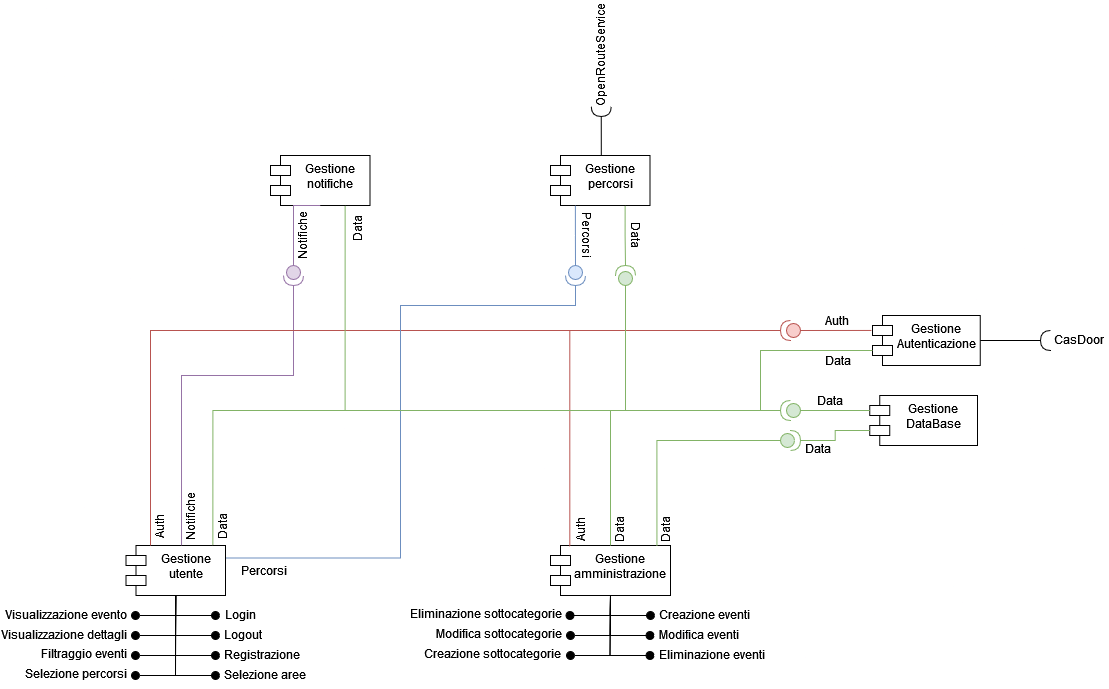
This is Deliverable-2/Images/ComponentDiagram.png from ELI20ZIVI/BeeLive, a draw.io export, as it was before one commit. Source tidied: cells renumbered, new cells last; positions are measured from the earlier drawing's top-left corner, leaving out a move shared by most shapes.
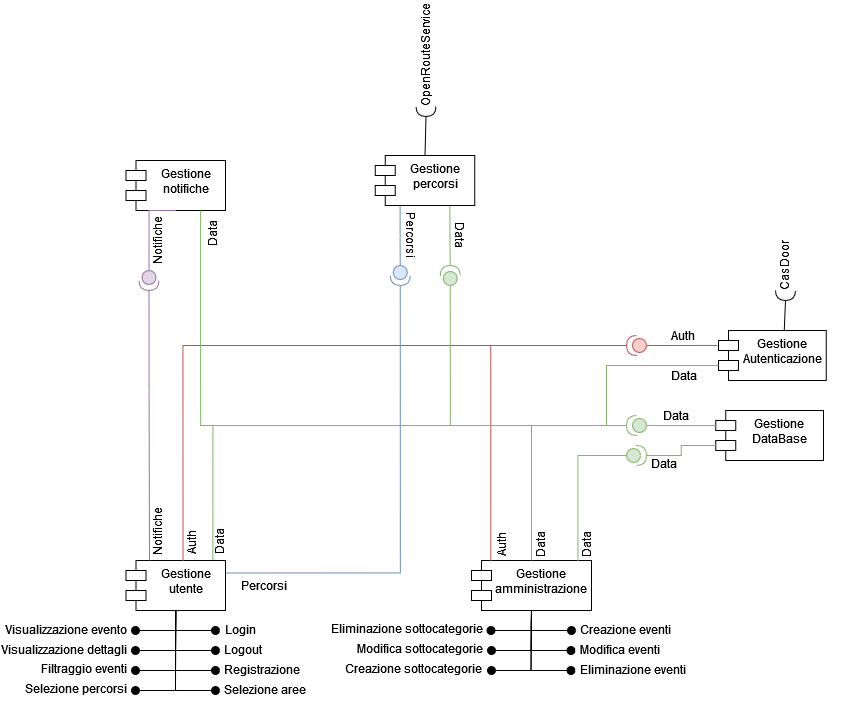
After the change.

The edit, as a diff of the source:
```diff
@@ -40,22 +40,19 @@
       </mxGeometry>
     </mxCell>
     <mxCell id="9" value="Gestione Autenticazione" style="shape=module;align=left;spacingLeft=20;align=center;verticalAlign=top;whiteSpace=wrap;html=1;" parent="1" vertex="1">
-      <mxGeometry x="872" y="275" width="107.8" height="50" as="geometry" />
+      <mxGeometry x="718" y="275" width="107.8" height="50" as="geometry" />
     </mxCell>
-    <mxCell id="10" style="ellipse;whiteSpace=wrap;html=1;align=center;fillColor=none;strokeColor=none;perimeter=centerPerimeter;" parent="1" vertex="1">
-      <mxGeometry x="991.8" y="295" width="10" height="10" as="geometry" />
-    </mxCell>
     <mxCell id="11" style="shape=providedRequiredInterface;html=1;verticalLabelPosition=bottom;sketch=0;rotation=-180;fillColor=#f8cecc;strokeColor=#b85450;" parent="1" vertex="1">
-      <mxGeometry x="780" y="280" width="20" height="20" as="geometry" />
+      <mxGeometry x="626" y="280" width="20" height="20" as="geometry" />
     </mxCell>
     <mxCell id="12" value="Auth" style="text;html=1;align=center;verticalAlign=middle;whiteSpace=wrap;rounded=0;rotation=-90;" parent="1" vertex="1">
-      <mxGeometry x="129" y="471" width="60" height="30" as="geometry" />
+      <mxGeometry x="161" y="472" width="60" height="30" as="geometry" />
     </mxCell>
     <mxCell id="13" value="Gestione &lt;br&gt;&lt;div&gt;DataBase&lt;/div&gt;" style="shape=module;align=left;spacingLeft=20;align=center;verticalAlign=top;whiteSpace=wrap;html=1;" parent="1" vertex="1">
-      <mxGeometry x="869.2" y="355" width="107.8" height="50" as="geometry" />
+      <mxGeometry x="715.2" y="355" width="107.8" height="50" as="geometry" />
     </mxCell>
     <mxCell id="14" value="Data" style="text;html=1;align=center;verticalAlign=middle;whiteSpace=wrap;rounded=0;" parent="1" vertex="1">
-      <mxGeometry x="808" y="305" width="60" height="30" as="geometry" />
+      <mxGeometry x="654" y="305" width="60" height="30" as="geometry" />
     </mxCell>
     <mxCell id="15" style="html=1;verticalAlign=bottom;startArrow=oval;startFill=1;endArrow=none;startSize=8;curved=0;rounded=0;endFill=0;entryX=0.5;entryY=1;entryDx=0;entryDy=0;" parent="1" edge="1">
       <mxGeometry relative="1" as="geometry">
@@ -115,134 +112,135 @@
       <mxGeometry x="223" y="619" width="84" height="30" as="geometry" />
     </mxCell>
     <mxCell id="25" value="Gestione amministrazione" style="shape=module;align=left;spacingLeft=20;align=center;verticalAlign=top;whiteSpace=wrap;html=1;" parent="1" vertex="1">
-      <mxGeometry x="550" y="505" width="120" height="50" as="geometry" />
+      <mxGeometry x="471" y="505" width="120" height="50" as="geometry" />
     </mxCell>
     <mxCell id="26" style="ellipse;whiteSpace=wrap;html=1;align=center;fillColor=none;strokeColor=none;perimeter=centerPerimeter;" parent="1" vertex="1">
-      <mxGeometry x="988.8" y="375" width="10" height="10" as="geometry" />
+      <mxGeometry x="834.8" y="375" width="10" height="10" as="geometry" />
     </mxCell>
     <mxCell id="27" value="&lt;div&gt;Data&lt;/div&gt;" style="text;html=1;align=center;verticalAlign=middle;whiteSpace=wrap;rounded=0;" parent="1" vertex="1">
-      <mxGeometry x="788" y="393" width="60" height="30" as="geometry" />
+      <mxGeometry x="634" y="393" width="60" height="30" as="geometry" />
     </mxCell>
     <mxCell id="28" value="Gestione notifiche" style="shape=module;align=left;spacingLeft=20;align=center;verticalAlign=top;whiteSpace=wrap;html=1;" parent="1" vertex="1">
-      <mxGeometry x="270" y="115" width="99.5" height="50" as="geometry" />
+      <mxGeometry x="125.5" y="105" width="99.5" height="50" as="geometry" />
     </mxCell>
     <mxCell id="29" style="html=1;verticalAlign=bottom;startArrow=oval;startFill=1;endArrow=none;startSize=8;curved=0;rounded=0;endFill=0;entryX=0.5;entryY=1;entryDx=0;entryDy=0;" parent="1" edge="1" target="25">
       <mxGeometry relative="1" as="geometry">
-        <mxPoint x="650" y="575" as="sourcePoint" />
+        <mxPoint x="571" y="575" as="sourcePoint" />
         <Array as="points">
-          <mxPoint x="610" y="575" />
+          <mxPoint x="531" y="575" />
         </Array>
       </mxGeometry>
     </mxCell>
     <mxCell id="30" value="Creazione eventi" style="text;html=1;align=center;verticalAlign=middle;whiteSpace=wrap;rounded=0;" parent="1" vertex="1">
-      <mxGeometry x="658" y="559" width="93" height="30" as="geometry" />
+      <mxGeometry x="579" y="559" width="93" height="30" as="geometry" />
     </mxCell>
     <mxCell id="31" style="html=1;verticalAlign=bottom;startArrow=oval;startFill=1;endArrow=none;startSize=8;curved=0;rounded=0;endFill=0;entryX=0.5;entryY=1;entryDx=0;entryDy=0;" parent="1" edge="1" target="25">
       <mxGeometry relative="1" as="geometry">
-        <mxPoint x="649.5" y="595" as="sourcePoint" />
+        <mxPoint x="570.5" y="595" as="sourcePoint" />
         <Array as="points">
-          <mxPoint x="609.5" y="595" />
+          <mxPoint x="530.5" y="595" />
         </Array>
       </mxGeometry>
     </mxCell>
     <mxCell id="32" value="Modifica eventi" style="text;html=1;align=center;verticalAlign=middle;whiteSpace=wrap;rounded=0;" parent="1" vertex="1">
-      <mxGeometry x="658" y="579" width="82" height="30" as="geometry" />
+      <mxGeometry x="579" y="579" width="82" height="30" as="geometry" />
     </mxCell>
     <mxCell id="33" style="html=1;verticalAlign=bottom;startArrow=oval;startFill=1;endArrow=none;startSize=8;curved=0;rounded=0;endFill=0;" parent="1" edge="1">
       <mxGeometry relative="1" as="geometry">
-        <mxPoint x="649.5" y="615" as="sourcePoint" />
-        <mxPoint x="610" y="555" as="targetPoint" />
+        <mxPoint x="570.5" y="615" as="sourcePoint" />
+        <mxPoint x="531" y="555" as="targetPoint" />
         <Array as="points">
-          <mxPoint x="609.5" y="615" />
+          <mxPoint x="530.5" y="615" />
         </Array>
       </mxGeometry>
     </mxCell>
     <mxCell id="34" value="Eliminazione eventi" style="text;html=1;align=center;verticalAlign=middle;whiteSpace=wrap;rounded=0;" parent="1" vertex="1">
-      <mxGeometry x="658" y="599" width="108" height="30" as="geometry" />
+      <mxGeometry x="579" y="599" width="108" height="30" as="geometry" />
     </mxCell>
     <mxCell id="35" style="html=1;verticalAlign=bottom;startArrow=oval;startFill=1;endArrow=none;startSize=8;curved=0;rounded=0;endFill=0;entryX=0.5;entryY=1;entryDx=0;entryDy=0;" parent="1" edge="1" target="25">
       <mxGeometry relative="1" as="geometry">
-        <mxPoint x="570" y="615" as="sourcePoint" />
+        <mxPoint x="491" y="615" as="sourcePoint" />
         <Array as="points">
-          <mxPoint x="609.5" y="615" />
+          <mxPoint x="530.5" y="615" />
         </Array>
       </mxGeometry>
     </mxCell>
     <mxCell id="36" value="Creazione sottocategorie" style="text;html=1;align=center;verticalAlign=middle;whiteSpace=wrap;rounded=0;" parent="1" vertex="1">
-      <mxGeometry x="423" y="598" width="139" height="30" as="geometry" />
+      <mxGeometry x="344" y="598" width="139" height="30" as="geometry" />
     </mxCell>
     <mxCell id="37" style="html=1;verticalAlign=bottom;startArrow=oval;startFill=1;endArrow=none;startSize=8;curved=0;rounded=0;endFill=0;entryX=0.5;entryY=1;entryDx=0;entryDy=0;" parent="1" edge="1" target="25">
       <mxGeometry relative="1" as="geometry">
-        <mxPoint x="570" y="595" as="sourcePoint" />
+        <mxPoint x="491" y="595" as="sourcePoint" />
         <Array as="points">
-          <mxPoint x="610" y="595" />
+          <mxPoint x="531" y="595" />
         </Array>
       </mxGeometry>
     </mxCell>
     <mxCell id="38" value="Modifica sottocategorie" style="text;html=1;align=center;verticalAlign=middle;whiteSpace=wrap;rounded=0;" parent="1" vertex="1">
-      <mxGeometry x="429" y="578" width="139" height="30" as="geometry" />
+      <mxGeometry x="350" y="578" width="139" height="30" as="geometry" />
     </mxCell>
     <mxCell id="39" value="Percorsi" style="text;html=1;align=center;verticalAlign=middle;whiteSpace=wrap;rounded=0;" parent="1" vertex="1">
       <mxGeometry x="230" y="515" width="68" height="30" as="geometry" />
     </mxCell>
     <mxCell id="40" style="html=1;verticalAlign=bottom;startArrow=oval;startFill=1;endArrow=none;startSize=8;curved=0;rounded=0;endFill=0;entryX=0.5;entryY=1;entryDx=0;entryDy=0;" parent="1" edge="1" target="25">
       <mxGeometry relative="1" as="geometry">
-        <mxPoint x="569.5" y="575" as="sourcePoint" />
+        <mxPoint x="490.5" y="575" as="sourcePoint" />
         <Array as="points">
-          <mxPoint x="609.5" y="575" />
+          <mxPoint x="530.5" y="575" />
         </Array>
       </mxGeometry>
     </mxCell>
     <mxCell id="41" value="Auth" style="text;html=1;align=center;verticalAlign=middle;whiteSpace=wrap;rounded=0;rotation=-90;" parent="1" vertex="1">
-      <mxGeometry x="550" y="474" width="60" height="30" as="geometry" />
+      <mxGeometry x="471" y="474" width="60" height="30" as="geometry" />
     </mxCell>
     <mxCell id="42" value="Data" style="text;html=1;align=center;verticalAlign=middle;whiteSpace=wrap;rounded=0;rotation=-90;" parent="1" vertex="1">
-      <mxGeometry x="192.5" y="471" width="60" height="30" as="geometry" />
+      <mxGeometry x="189" y="471" width="60" height="30" as="geometry" />
     </mxCell>
     <mxCell id="43" value="Data" style="text;html=1;align=center;verticalAlign=middle;whiteSpace=wrap;rounded=0;rotation=-90;" parent="1" vertex="1">
-      <mxGeometry x="589" y="474" width="60" height="30" as="geometry" />
+      <mxGeometry x="510" y="474" width="60" height="30" as="geometry" />
     </mxCell>
     <mxCell id="44" value="Auth" style="text;html=1;align=center;verticalAlign=middle;whiteSpace=wrap;rounded=0;rotation=0;" parent="1" vertex="1">
-      <mxGeometry x="807" y="265" width="60" height="30" as="geometry" />
+      <mxGeometry x="653" y="265" width="60" height="30" as="geometry" />
     </mxCell>
     <mxCell id="45" style="shape=providedRequiredInterface;html=1;verticalLabelPosition=bottom;sketch=0;rotation=90;fillColor=#e1d5e7;strokeColor=#9673a6;" parent="1" vertex="1">
-      <mxGeometry x="283" y="225" width="20" height="20" as="geometry" />
+      <mxGeometry x="138.5" y="215" width="20" height="20" as="geometry" />
     </mxCell>
     <mxCell id="46" style="edgeStyle=orthogonalEdgeStyle;rounded=0;jettySize=auto;html=1;exitX=0.5;exitY=1;exitDx=0;exitDy=0;entryX=0;entryY=0.5;entryDx=0;entryDy=0;entryPerimeter=0;endArrow=none;endFill=0;fillColor=#e1d5e7;strokeColor=#9673a6;" parent="1" edge="1" source="28" target="45">
       <mxGeometry relative="1" as="geometry">
         <Array as="points">
-          <mxPoint x="293" y="165" />
+          <mxPoint x="148.5" y="155" />
         </Array>
       </mxGeometry>
     </mxCell>
-    <mxCell id="47" style="edgeStyle=orthogonalEdgeStyle;rounded=0;jettySize=auto;html=1;exitX=1;exitY=0.5;exitDx=0;exitDy=0;exitPerimeter=0;entryX=0.558;entryY=-0.003;entryDx=0;entryDy=0;entryPerimeter=0;endArrow=none;endFill=0;fillColor=#e1d5e7;strokeColor=#9673a6;" parent="1" edge="1" source="45" target="2">
+    <mxCell id="47" style="edgeStyle=orthogonalEdgeStyle;rounded=0;jettySize=auto;html=1;exitX=1;exitY=0.5;exitDx=0;exitDy=0;exitPerimeter=0;entryX=0.25;entryY=0;entryDx=0;entryDy=0;endArrow=none;endFill=0;fillColor=#e1d5e7;strokeColor=#9673a6;" parent="1" edge="1" source="45" target="2">
       <mxGeometry relative="1" as="geometry">
         <Array as="points">
-          <mxPoint x="293" y="335" />
-          <mxPoint x="181" y="335" />
+          <mxPoint x="149" y="335" />
+          <mxPoint x="149" y="335" />
+          <mxPoint x="149" y="505" />
         </Array>
       </mxGeometry>
     </mxCell>
     <mxCell id="48" value="&lt;div&gt;Notifiche&lt;/div&gt;" style="text;html=1;align=center;verticalAlign=middle;whiteSpace=wrap;rounded=0;rotation=-90;" parent="1" vertex="1">
-      <mxGeometry x="160" y="461" width="60" height="30" as="geometry" />
+      <mxGeometry x="127.5" y="461" width="60" height="30" as="geometry" />
     </mxCell>
     <mxCell id="49" value="&lt;div&gt;Notifiche&lt;/div&gt;" style="text;html=1;align=center;verticalAlign=middle;whiteSpace=wrap;rounded=0;rotation=-90;" parent="1" vertex="1">
-      <mxGeometry x="272" y="180" width="60" height="30" as="geometry" />
+      <mxGeometry x="127.5" y="170" width="60" height="30" as="geometry" />
     </mxCell>
     <mxCell id="50" value="Data" style="text;html=1;align=center;verticalAlign=middle;whiteSpace=wrap;rounded=0;rotation=-90;" parent="1" vertex="1">
-      <mxGeometry x="327" y="173" width="60" height="30" as="geometry" />
+      <mxGeometry x="182.5" y="163" width="60" height="30" as="geometry" />
     </mxCell>
     <mxCell id="51" value="Data" style="text;html=1;align=center;verticalAlign=middle;whiteSpace=wrap;rounded=0;rotation=-90;" parent="1" vertex="1">
-      <mxGeometry x="635" y="474" width="60" height="30" as="geometry" />
+      <mxGeometry x="556" y="474" width="60" height="30" as="geometry" />
     </mxCell>
     <mxCell id="52" value="&lt;div&gt;Data&lt;/div&gt;" style="text;html=1;align=center;verticalAlign=middle;whiteSpace=wrap;rounded=0;" parent="1" vertex="1">
-      <mxGeometry x="800" y="345" width="60" height="30" as="geometry" />
+      <mxGeometry x="646" y="345" width="60" height="30" as="geometry" />
     </mxCell>
     <mxCell id="53" style="edgeStyle=orthogonalEdgeStyle;rounded=0;jettySize=auto;html=1;exitX=1;exitY=0.5;exitDx=0;exitDy=0;exitPerimeter=0;entryX=0.5;entryY=0;entryDx=0;entryDy=0;endArrow=none;endFill=0;fillColor=#d5e8d4;strokeColor=#82b366;" parent="1" edge="1" source="54" target="25">
       <mxGeometry relative="1" as="geometry" />
     </mxCell>
     <mxCell id="54" style="shape=providedRequiredInterface;html=1;verticalLabelPosition=bottom;sketch=0;rotation=-180;fillColor=#d5e8d4;strokeColor=#82b366;" parent="1" vertex="1">
-      <mxGeometry x="780" y="360" width="20" height="20" as="geometry" />
+      <mxGeometry x="626" y="360" width="20" height="20" as="geometry" />
     </mxCell>
     <mxCell id="55" style="edgeStyle=orthogonalEdgeStyle;rounded=0;jettySize=auto;html=1;exitX=0;exitY=0.5;exitDx=0;exitDy=0;exitPerimeter=0;entryX=0;entryY=0;entryDx=0;entryDy=15;entryPerimeter=0;endArrow=none;endFill=0;fillColor=#d5e8d4;strokeColor=#82b366;" parent="1" edge="1" source="54" target="13">
       <mxGeometry relative="1" as="geometry" />
@@ -250,7 +248,7 @@
     <mxCell id="56" style="edgeStyle=orthogonalEdgeStyle;rounded=0;jettySize=auto;html=1;exitX=0;exitY=0.5;exitDx=0;exitDy=0;exitPerimeter=0;entryX=-0.01;entryY=0.299;entryDx=0;entryDy=0;entryPerimeter=0;endArrow=none;endFill=0;fillColor=#f8cecc;strokeColor=#b85450;" parent="1" edge="1" source="11" target="9">
       <mxGeometry relative="1" as="geometry" />
     </mxCell>
-    <mxCell id="57" style="edgeStyle=orthogonalEdgeStyle;rounded=0;jettySize=auto;html=1;exitX=1;exitY=0.5;exitDx=0;exitDy=0;exitPerimeter=0;entryX=0.183;entryY=0.2;entryDx=0;entryDy=0;entryPerimeter=0;endArrow=none;endFill=0;fillColor=#f8cecc;strokeColor=#b85450;" parent="1" edge="1" source="11" target="12">
+    <mxCell id="57" style="edgeStyle=orthogonalEdgeStyle;rounded=0;jettySize=auto;html=1;exitX=1;exitY=0.5;exitDx=0;exitDy=0;exitPerimeter=0;endArrow=none;endFill=0;fillColor=#f8cecc;strokeColor=#b85450;entryX=0.573;entryY=0.018;entryDx=0;entryDy=0;entryPerimeter=0;" parent="1" edge="1" source="11" target="2">
       <mxGeometry relative="1" as="geometry" />
     </mxCell>
     <mxCell id="58" style="edgeStyle=orthogonalEdgeStyle;rounded=0;jettySize=auto;html=1;exitX=0.75;exitY=1;exitDx=0;exitDy=0;entryX=1;entryY=0.5;entryDx=0;entryDy=0;entryPerimeter=0;endArrow=none;endFill=0;fillColor=#d5e8d4;strokeColor=#82b366;" parent="1" edge="1" source="28" target="54">
@@ -260,7 +258,7 @@
       <mxGeometry relative="1" as="geometry" />
     </mxCell>
     <mxCell id="60" style="shape=providedRequiredInterface;html=1;verticalLabelPosition=bottom;sketch=0;rotation=0;fillColor=#d5e8d4;strokeColor=#82b366;" parent="1" vertex="1">
-      <mxGeometry x="780" y="390" width="20" height="20" as="geometry" />
+      <mxGeometry x="626" y="390" width="20" height="20" as="geometry" />
     </mxCell>
     <mxCell id="61" style="edgeStyle=orthogonalEdgeStyle;rounded=0;jettySize=auto;html=1;exitX=1;exitY=0.5;exitDx=0;exitDy=0;exitPerimeter=0;entryX=0;entryY=0;entryDx=0;entryDy=35;entryPerimeter=0;endArrow=none;endFill=0;fillColor=#d5e8d4;strokeColor=#82b366;" parent="1" edge="1" source="60" target="13">
       <mxGeometry relative="1" as="geometry" />
@@ -269,31 +267,29 @@
       <mxGeometry relative="1" as="geometry" />
     </mxCell>
     <mxCell id="63" value="Gestione percorsi" style="shape=module;align=left;spacingLeft=20;align=center;verticalAlign=top;whiteSpace=wrap;html=1;" parent="1" vertex="1">
-      <mxGeometry x="550" y="115" width="99.5" height="50" as="geometry" />
+      <mxGeometry x="374.8" y="100" width="99.5" height="50" as="geometry" />
     </mxCell>
     <mxCell id="64" style="edgeStyle=orthogonalEdgeStyle;rounded=0;jettySize=auto;html=1;exitX=1;exitY=0.5;exitDx=0;exitDy=0;exitPerimeter=0;entryX=1;entryY=0.25;entryDx=0;entryDy=0;endArrow=none;endFill=0;fillColor=#dae8fc;strokeColor=#6c8ebf;" parent="1" edge="1" source="65" target="2">
       <mxGeometry relative="1" as="geometry">
         <Array as="points">
-          <mxPoint x="575" y="265" />
-          <mxPoint x="400" y="265" />
           <mxPoint x="400" y="518" />
         </Array>
       </mxGeometry>
     </mxCell>
     <mxCell id="65" style="shape=providedRequiredInterface;html=1;verticalLabelPosition=bottom;sketch=0;rotation=90;fillColor=#dae8fc;strokeColor=#6c8ebf;" parent="1" vertex="1">
-      <mxGeometry x="565" y="225" width="20" height="20" as="geometry" />
+      <mxGeometry x="389.8" y="210" width="20" height="20" as="geometry" />
     </mxCell>
     <mxCell id="66" style="edgeStyle=orthogonalEdgeStyle;rounded=0;jettySize=auto;html=1;exitX=0.25;exitY=1;exitDx=0;exitDy=0;entryX=0;entryY=0.5;entryDx=0;entryDy=0;entryPerimeter=0;endArrow=none;endFill=0;fillColor=#dae8fc;strokeColor=#6c8ebf;" parent="1" edge="1" source="63" target="65">
       <mxGeometry relative="1" as="geometry" />
     </mxCell>
     <mxCell id="67" value="Eliminazione sottocategorie" style="text;html=1;align=center;verticalAlign=middle;whiteSpace=wrap;rounded=0;" parent="1" vertex="1">
-      <mxGeometry x="409" y="558" width="154" height="30" as="geometry" />
+      <mxGeometry x="330" y="558" width="154" height="30" as="geometry" />
     </mxCell>
     <mxCell id="68" value="Percorsi" style="text;html=1;align=center;verticalAlign=middle;whiteSpace=wrap;rounded=0;rotation=90;" parent="1" vertex="1">
-      <mxGeometry x="553" y="180" width="68" height="30" as="geometry" />
+      <mxGeometry x="377.8" y="165" width="68" height="30" as="geometry" />
     </mxCell>
     <mxCell id="69" style="shape=providedRequiredInterface;html=1;verticalLabelPosition=bottom;sketch=0;rotation=-90;fillColor=#d5e8d4;strokeColor=#82b366;" parent="1" vertex="1">
-      <mxGeometry x="615" y="225" width="20" height="20" as="geometry" />
+      <mxGeometry x="439.8" y="210" width="20" height="20" as="geometry" />
     </mxCell>
     <mxCell id="70" style="edgeStyle=orthogonalEdgeStyle;rounded=0;jettySize=auto;html=1;exitX=0.75;exitY=1;exitDx=0;exitDy=0;entryX=1;entryY=0.5;entryDx=0;entryDy=0;entryPerimeter=0;endArrow=none;endFill=0;fillColor=#d5e8d4;strokeColor=#82b366;" parent="1" edge="1" source="63" target="69">
       <mxGeometry relative="1" as="geometry" />
@@ -308,22 +304,16 @@
       </mxGeometry>
     </mxCell>
     <mxCell id="72" value="Data" style="text;html=1;align=center;verticalAlign=middle;whiteSpace=wrap;rounded=0;rotation=90;" parent="1" vertex="1">
-      <mxGeometry x="602" y="180" width="68" height="30" as="geometry" />
+      <mxGeometry x="426.8" y="165" width="68" height="30" as="geometry" />
     </mxCell>
-    <mxCell id="73" style="shape=requiredInterface;html=1;verticalLabelPosition=bottom;sketch=0;rotation=-180;" parent="1" vertex="1">
-      <mxGeometry x="1040" y="290" width="10" height="20" as="geometry" />
-    </mxCell>
-    <mxCell id="74" style="edgeStyle=orthogonalEdgeStyle;rounded=0;jettySize=auto;html=1;exitX=1;exitY=0.5;exitDx=0;exitDy=0;entryX=1;entryY=0.5;entryDx=0;entryDy=0;entryPerimeter=0;endArrow=none;endFill=0;" parent="1" edge="1" source="9" target="73">
-      <mxGeometry relative="1" as="geometry" />
-    </mxCell>
-    <mxCell id="75" value="CasDoor" style="text;html=1;align=center;verticalAlign=middle;whiteSpace=wrap;rounded=0;" parent="1" vertex="1">
-      <mxGeometry x="1049" y="284" width="60" height="30" as="geometry" />
+    <mxCell id="75" value="CasDoor" style="text;html=1;align=center;verticalAlign=middle;whiteSpace=wrap;rounded=0;rotation=-90;" parent="1" vertex="1">
+      <mxGeometry x="754" y="195" width="60" height="30" as="geometry" />
     </mxCell>
     <mxCell id="76" style="shape=requiredInterface;html=1;verticalLabelPosition=bottom;sketch=0;rotation=90;" parent="1" vertex="1">
-      <mxGeometry x="595.8" y="61" width="10" height="20" as="geometry" />
+      <mxGeometry x="420.5" y="46" width="10" height="20" as="geometry" />
     </mxCell>
     <mxCell id="77" value="OpenRouteService" style="text;html=1;align=center;verticalAlign=middle;whiteSpace=wrap;rounded=0;rotation=-90;" parent="1" vertex="1">
-      <mxGeometry x="545.2" width="109" height="29" as="geometry" />
+      <mxGeometry x="370" y="-15" width="109" height="29" as="geometry" />
     </mxCell>
     <mxCell id="78" style="edgeStyle=orthogonalEdgeStyle;rounded=0;jettySize=auto;html=1;exitX=0.5;exitY=0;exitDx=0;exitDy=0;entryX=1;entryY=0.5;entryDx=0;entryDy=0;entryPerimeter=0;endArrow=none;endFill=0;" parent="1" edge="1" source="63" target="76">
       <mxGeometry relative="1" as="geometry" />
@@ -331,5 +321,11 @@
     <mxCell id="79" style="edgeStyle=orthogonalEdgeStyle;rounded=0;jettySize=auto;html=1;exitX=0;exitY=0;exitDx=0;exitDy=35;exitPerimeter=0;entryX=1;entryY=0.5;entryDx=0;entryDy=0;entryPerimeter=0;endArrow=none;endFill=0;fillColor=#d5e8d4;strokeColor=#82b366;" parent="1" edge="1" source="9" target="54">
       <mxGeometry relative="1" as="geometry" />
     </mxCell>
+    <mxCell id="80" style="shape=requiredInterface;html=1;verticalLabelPosition=bottom;sketch=0;rotation=90;" parent="1" vertex="1">
+      <mxGeometry x="780" y="230" width="10" height="20" as="geometry" />
+    </mxCell>
+    <mxCell id="81" style="edgeStyle=orthogonalEdgeStyle;rounded=0;jettySize=auto;html=1;exitX=1;exitY=0.5;exitDx=0;exitDy=0;exitPerimeter=0;entryX=0.61;entryY=0.014;entryDx=0;entryDy=0;entryPerimeter=0;endArrow=none;endFill=0;" parent="1" edge="1" source="80" target="9">
+      <mxGeometry relative="1" as="geometry" />
+    </mxCell>
   </root>
 </mxGraphModel>
```
